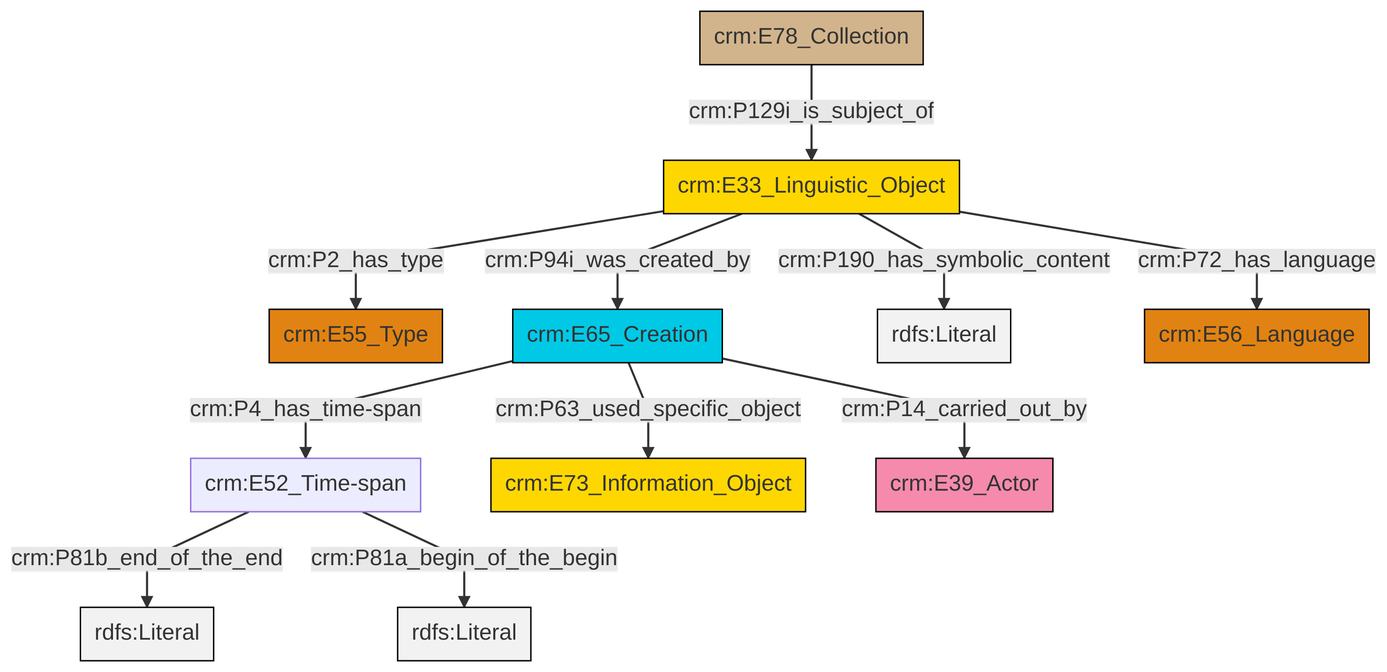
The Mermaid diagram et/archivalCSV/ttl/mmd/png/archival_desc.png in swiss-art-research-net/docs.swissartresearch, before a commit. Its source is kept beside it as et/archivalCSV/ttl/mmd/archival_desc.ttl.mmd.
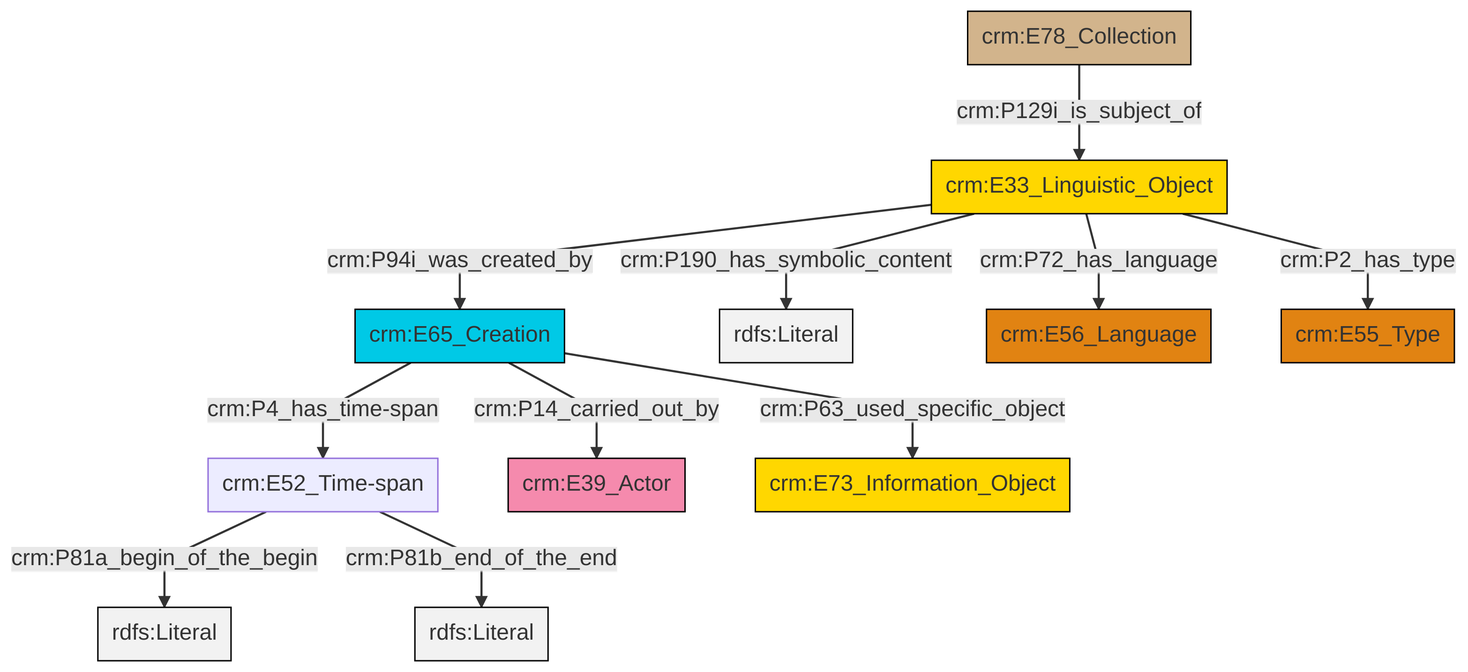
After the change.

The edit, as a diff of the source:
```diff
@@ -13,13 +13,13 @@
 classDef PC_Classes fill:#4ce600, stroke:#000000;
 classDef Multi fill:#cccccc,stroke:#000000;
 
-0["crm:E78_Collection"]:::Physical_Thing -->|crm:P129i_is_subject_of| 1["crm:E33_Linguistic_Object"]:::Conceptual_Object
-3["crm:E52_Time-span"]:::Default -->|crm:P81b_end_of_the_end| 5[rdfs:Literal]:::Literal
-1["crm:E33_Linguistic_Object"]:::Conceptual_Object -->|crm:P2_has_type| 6["crm:E55_Type"]:::Type
-1["crm:E33_Linguistic_Object"]:::Conceptual_Object -->|crm:P94i_was_created_by| 7["crm:E65_Creation"]:::Temporal_Entity
-7["crm:E65_Creation"]:::Temporal_Entity -->|crm:P14_carried_out_by| 10["crm:E39_Actor"]:::Actor
-7["crm:E65_Creation"]:::Temporal_Entity -->|crm:P4_has_time-span| 3["crm:E52_Time-span"]:::Default
-3["crm:E52_Time-span"]:::Default -->|crm:P81a_begin_of_the_begin| 13[rdfs:Literal]:::Literal
-1["crm:E33_Linguistic_Object"]:::Conceptual_Object -->|crm:P190_has_symbolic_content| 15[rdfs:Literal]:::Literal
-7["crm:E65_Creation"]:::Temporal_Entity -->|crm:P63_used_specific_object| 8["crm:E73_Information_Object"]:::Conceptual_Object
-1["crm:E33_Linguistic_Object"]:::Conceptual_Object -->|crm:P72_has_language| 16["crm:E56_Language"]:::Type
+0["crm:E52_Time-span"]:::Default -->|crm:P81a_begin_of_the_begin| 4[rdfs:Literal]:::Literal
+7["crm:E78_Collection"]:::Physical_Thing -->|crm:P129i_is_subject_of| 9["crm:E33_Linguistic_Object"]:::Conceptual_Object
+10["crm:E65_Creation"]:::Temporal_Entity -->|crm:P14_carried_out_by| 2["crm:E39_Actor"]:::Actor
+9["crm:E33_Linguistic_Object"]:::Conceptual_Object -->|crm:P190_has_symbolic_content| 11[rdfs:Literal]:::Literal
+9["crm:E33_Linguistic_Object"]:::Conceptual_Object -->|crm:P72_has_language| 12["crm:E56_Language"]:::Type
+0["crm:E52_Time-span"]:::Default -->|crm:P81b_end_of_the_end| 16[rdfs:Literal]:::Literal
+9["crm:E33_Linguistic_Object"]:::Conceptual_Object -->|crm:P94i_was_created_by| 10["crm:E65_Creation"]:::Temporal_Entity
+9["crm:E33_Linguistic_Object"]:::Conceptual_Object -->|crm:P2_has_type| 14["crm:E55_Type"]:::Type
+10["crm:E65_Creation"]:::Temporal_Entity -->|crm:P63_used_specific_object| 5["crm:E73_Information_Object"]:::Conceptual_Object
+10["crm:E65_Creation"]:::Temporal_Entity -->|crm:P4_has_time-span| 0["crm:E52_Time-span"]:::Default
```
